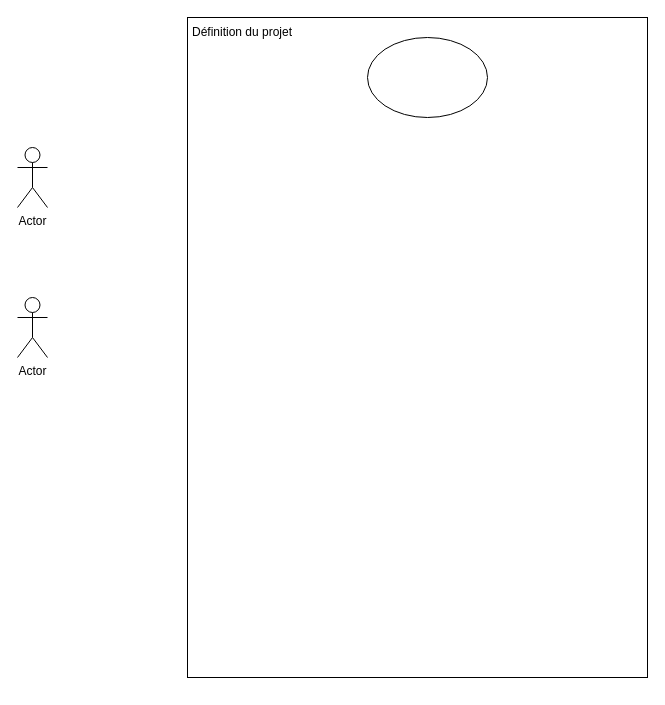
The draw.io diagram schema.drawio in CineCare/cineHub-ressources, before the edit. Source tidied: cells renumbered, new cells numbered last; positions are measured from the earlier drawing's top-left corner, leaving out a move shared by most shapes. Both pictures are drawn from the tidied source at 100%, with x=0, y=0 at pixel (17, 17).
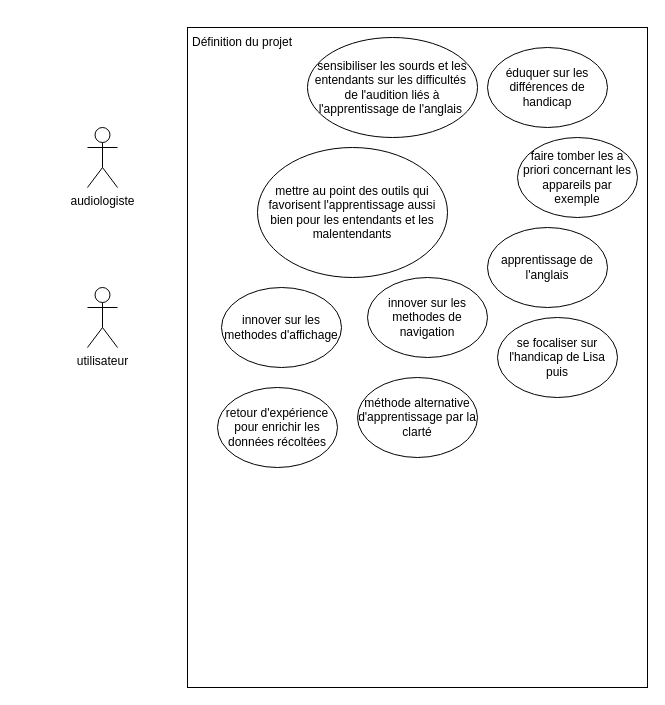
The same diagram, later.

Commit message (it also covers changes not shown here):
docs: Ajout du template de roadmap et d'un document pour préciser les étapes du projet

Diff of the diagram source:
```diff
@@
 <mxGraphModel>
   <root>
     <mxCell id="0" />
     <mxCell id="1" parent="0" />
     <mxCell id="2" style="rounded=0;whiteSpace=wrap;html=1;" parent="1" vertex="1">
-      <mxGeometry x="170" width="460" height="660" as="geometry" />
+      <mxGeometry x="170" y="10" width="460" height="660" as="geometry" />
     </mxCell>
-    <mxCell id="3" value="Actor" style="shape=umlActor;verticalLabelPosition=bottom;verticalAlign=top;html=1;" parent="1" vertex="1">
-      <mxGeometry y="130" width="30" height="60" as="geometry" />
+    <mxCell id="3" value="audiologiste" style="shape=umlActor;verticalLabelPosition=bottom;verticalAlign=top;html=1;" parent="1" vertex="1">
+      <mxGeometry x="70" y="110" width="30" height="60" as="geometry" />
     </mxCell>
-    <mxCell id="4" value="Actor" style="shape=umlActor;verticalLabelPosition=bottom;verticalAlign=top;html=1;" parent="1" vertex="1">
-      <mxGeometry y="280" width="30" height="60" as="geometry" />
+    <mxCell id="4" value="utilisateur&lt;br&gt;" style="shape=umlActor;verticalLabelPosition=bottom;verticalAlign=top;html=1;" parent="1" vertex="1">
+      <mxGeometry x="70" y="270" width="30" height="60" as="geometry" />
     </mxCell>
-    <mxCell id="5" style="ellipse;whiteSpace=wrap;html=1;" parent="1" vertex="1">
-      <mxGeometry x="350" y="20" width="120" height="80" as="geometry" />
+    <mxCell id="5" value="sensibiliser les sourds et les entendants sur les difficultés&amp;nbsp; de l'audition liés à l'apprentissage de l'anglais&amp;nbsp;" style="ellipse;whiteSpace=wrap;html=1;" parent="1" vertex="1">
+      <mxGeometry x="290" y="20" width="170" height="100" as="geometry" />
     </mxCell>
     <mxCell id="6" value="Définition du projet" style="text;html=1;strokeColor=none;fillColor=none;align=center;verticalAlign=middle;whiteSpace=wrap;rounded=0;" parent="1" vertex="1">
-      <mxGeometry x="170" width="110" height="30" as="geometry" />
+      <mxGeometry x="170" y="10" width="110" height="30" as="geometry" />
     </mxCell>
+    <mxCell id="7" value="mettre au point des outils qui favorisent l'apprentissage aussi bien pour les entendants et les malentendants" style="ellipse;whiteSpace=wrap;html=1;" parent="1" vertex="1">
+      <mxGeometry x="240" y="130" width="190" height="130" as="geometry" />
+    </mxCell>
+    <mxCell id="8" value="éduquer sur les différences de handicap" style="ellipse;whiteSpace=wrap;html=1;" parent="1" vertex="1">
+      <mxGeometry x="470" y="30" width="120" height="80" as="geometry" />
+    </mxCell>
+    <mxCell id="9" value="faire tomber les a priori concernant les appareils par exemple" style="ellipse;whiteSpace=wrap;html=1;" parent="1" vertex="1">
+      <mxGeometry x="500" y="120" width="120" height="80" as="geometry" />
+    </mxCell>
+    <mxCell id="10" value="apprentissage de l'anglais" style="ellipse;whiteSpace=wrap;html=1;" parent="1" vertex="1">
+      <mxGeometry x="470" y="210" width="120" height="80" as="geometry" />
+    </mxCell>
+    <mxCell id="11" value="innover sur les methodes de navigation" style="ellipse;whiteSpace=wrap;html=1;" parent="1" vertex="1">
+      <mxGeometry x="350" y="260" width="120" height="80" as="geometry" />
+    </mxCell>
+    <mxCell id="12" value="innover sur les methodes d'affichage" style="ellipse;whiteSpace=wrap;html=1;" parent="1" vertex="1">
+      <mxGeometry x="204" y="270" width="120" height="80" as="geometry" />
+    </mxCell>
+    <mxCell id="13" value="retour d'expérience pour enrichir les données récoltées" style="ellipse;whiteSpace=wrap;html=1;" parent="1" vertex="1">
+      <mxGeometry x="200" y="370" width="120" height="80" as="geometry" />
+    </mxCell>
+    <mxCell id="14" value="méthode alternative d'apprentissage par la clarté" style="ellipse;whiteSpace=wrap;html=1;" parent="1" vertex="1">
+      <mxGeometry x="340" y="360" width="120" height="80" as="geometry" />
+    </mxCell>
+    <mxCell id="15" value="se focaliser sur l'handicap de Lisa puis" style="ellipse;whiteSpace=wrap;html=1;" parent="1" vertex="1">
+      <mxGeometry x="480" y="300" width="120" height="80" as="geometry" />
+    </mxCell>
   </root>
 </mxGraphModel>
```
